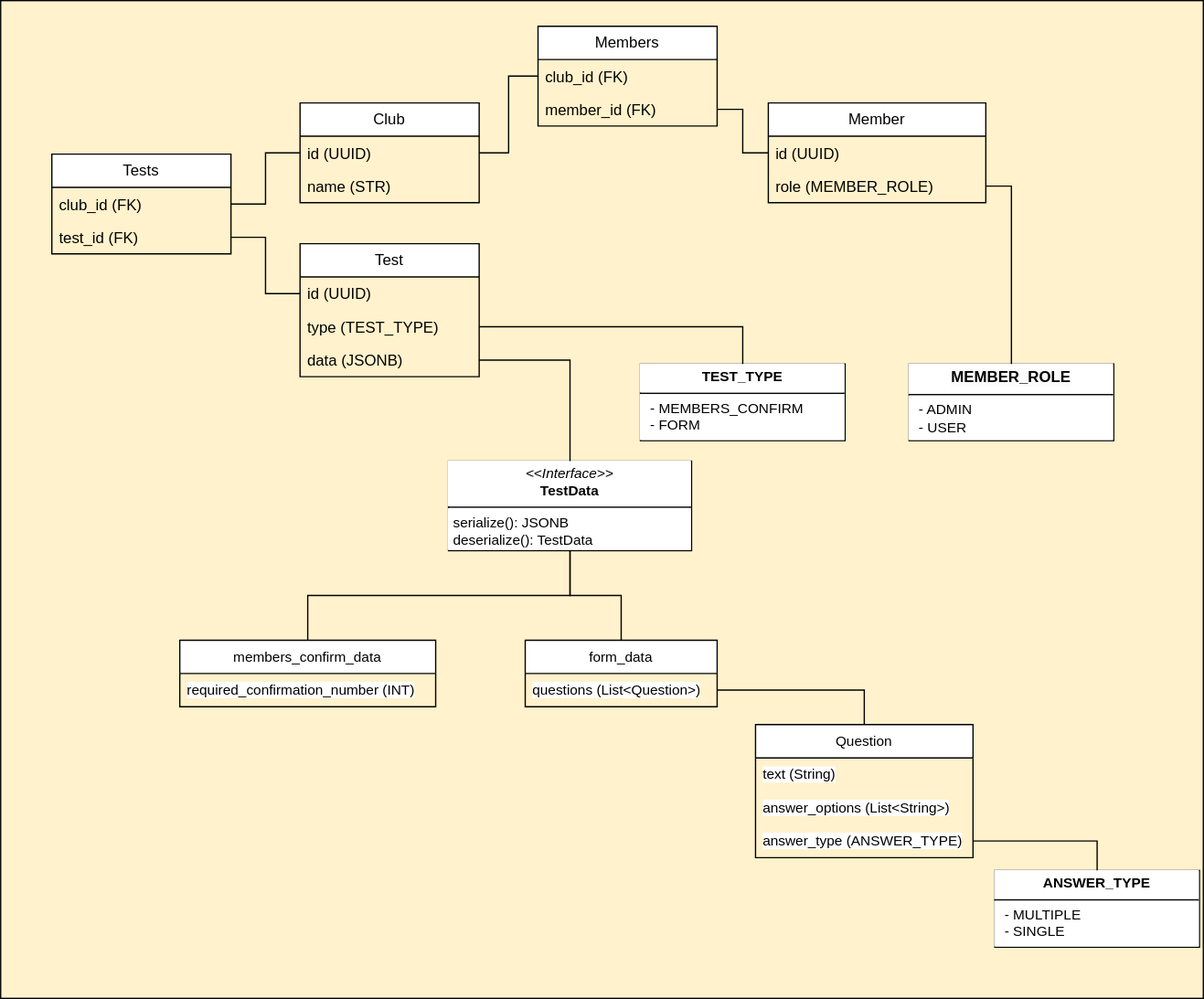
ru-random-walk/club-service keeps this draw.io diagram as doc/img/domain_model.drawio.svg. Above is the earlier version. Source tidied: cells renumbered, new cells last; positions are measured from the earlier drawing's top-left corner, leaving out a move shared by most shapes.
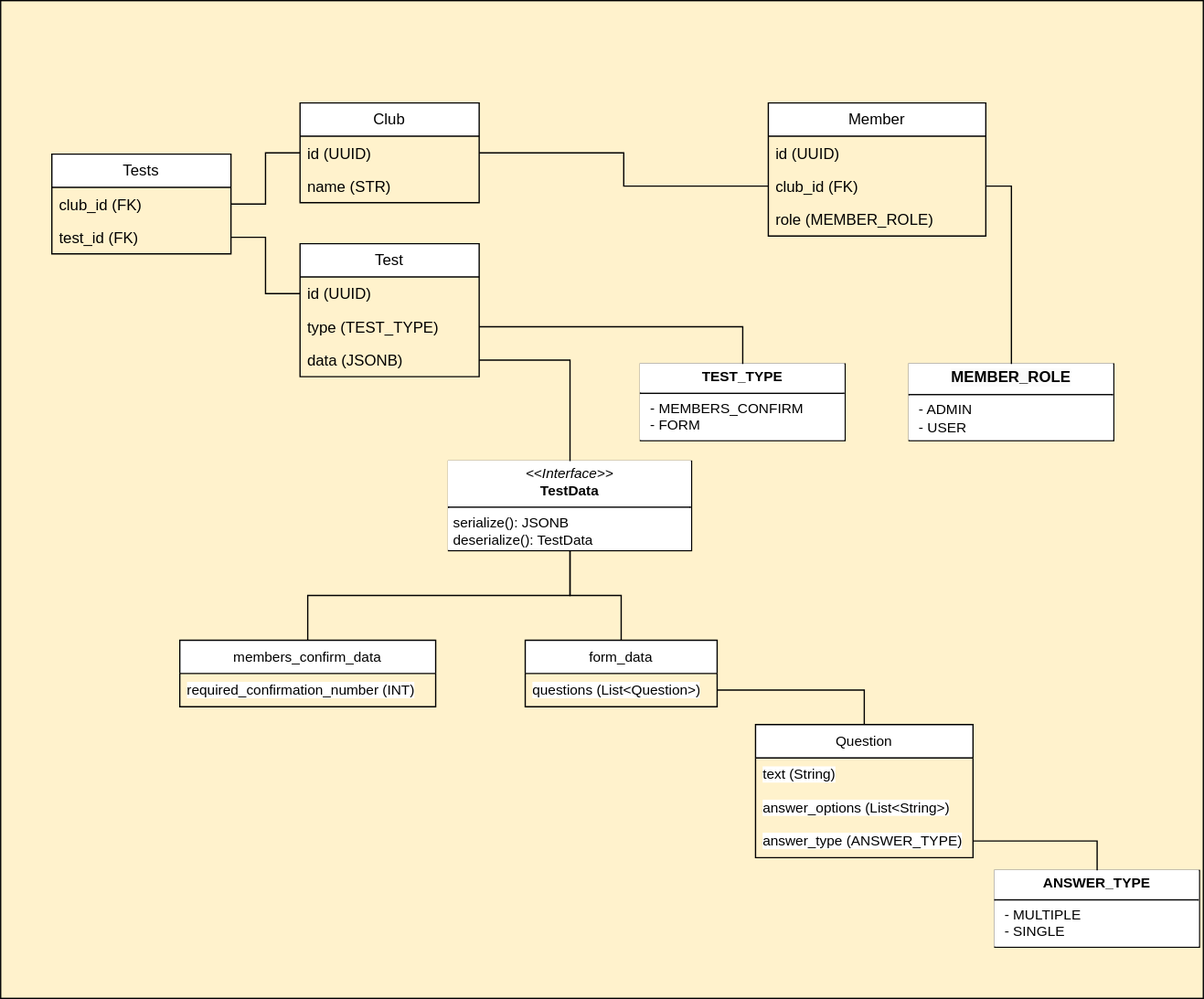
Later version of the same file.

Change to the diagram source:
```diff
@@ -98,29 +98,20 @@
     <mxCell id="33" style="edgeStyle=orthogonalEdgeStyle;shape=connector;rounded=0;jettySize=auto;html=1;exitX=1;exitY=0.5;exitDx=0;exitDy=0;strokeColor=default;align=center;verticalAlign=middle;fontFamily=Helvetica;fontSize=11;fontColor=default;labelBackgroundColor=default;endArrow=none;endFill=0;" parent="1" edge="1" source="13" target="23">
       <mxGeometry relative="1" as="geometry" />
     </mxCell>
-    <mxCell id="34" value="Members" style="swimlane;fontStyle=0;horizontal=1;startSize=26;fillColor=default;whiteSpace=wrap;html=1;" parent="1" vertex="1">
-      <mxGeometry x="420" y="20" width="140" height="78" as="geometry" />
-    </mxCell>
-    <mxCell id="35" value="club_id (FK)" style="text;strokeColor=none;fillColor=none;align=left;verticalAlign=top;spacingLeft=4;spacingRight=4;overflow=hidden;points=[[0,0.5],[1,0.5]];portConstraint=eastwest;whiteSpace=wrap;html=1;" parent="34" vertex="1">
-      <mxGeometry y="26" width="140" height="26" as="geometry" />
-    </mxCell>
-    <mxCell id="36" value="member_id (FK)" style="text;strokeColor=none;fillColor=none;align=left;verticalAlign=top;spacingLeft=4;spacingRight=4;overflow=hidden;points=[[0,0.5],[1,0.5]];portConstraint=eastwest;whiteSpace=wrap;html=1;" parent="34" vertex="1">
-      <mxGeometry y="52" width="140" height="26" as="geometry" />
-    </mxCell>
-    <mxCell id="37" style="edgeStyle=orthogonalEdgeStyle;rounded=0;jettySize=auto;html=1;exitX=0;exitY=0.5;exitDx=0;exitDy=0;entryX=1;entryY=0.5;entryDx=0;entryDy=0;endArrow=none;endFill=0;" parent="1" edge="1" source="35" target="5">
-      <mxGeometry relative="1" as="geometry" />
-    </mxCell>
-    <mxCell id="38" style="edgeStyle=orthogonalEdgeStyle;rounded=0;jettySize=auto;html=1;exitX=1;exitY=0.5;exitDx=0;exitDy=0;endArrow=none;endFill=0;" parent="1" edge="1" source="36" target="40">
+    <mxCell id="38" style="edgeStyle=orthogonalEdgeStyle;rounded=0;jettySize=auto;html=1;exitX=1;exitY=0.5;exitDx=0;exitDy=0;endArrow=none;endFill=0;entryX=0;entryY=0.5;entryDx=0;entryDy=0;" parent="1" edge="1" source="5" target="41">
       <mxGeometry relative="1" as="geometry" />
     </mxCell>
     <mxCell id="39" value="Member" style="swimlane;fontStyle=0;horizontal=1;startSize=26;fillColor=default;whiteSpace=wrap;html=1;" parent="1" vertex="1">
-      <mxGeometry x="600" y="80" width="170" height="78" as="geometry" />
+      <mxGeometry x="600" y="80" width="170" height="104" as="geometry" />
     </mxCell>
     <mxCell id="40" value="id (UUID)" style="text;strokeColor=none;fillColor=none;align=left;verticalAlign=top;spacingLeft=4;spacingRight=4;overflow=hidden;points=[[0,0.5],[1,0.5]];portConstraint=eastwest;whiteSpace=wrap;html=1;" parent="39" vertex="1">
       <mxGeometry y="26" width="170" height="26" as="geometry" />
     </mxCell>
-    <mxCell id="41" value="role (MEMBER_ROLE)" style="text;strokeColor=none;fillColor=none;align=left;verticalAlign=top;spacingLeft=4;spacingRight=4;overflow=hidden;points=[[0,0.5],[1,0.5]];portConstraint=eastwest;whiteSpace=wrap;html=1;" parent="39" vertex="1">
+    <mxCell id="41" value="club_id (FK)" style="text;strokeColor=none;fillColor=none;align=left;verticalAlign=top;spacingLeft=4;spacingRight=4;overflow=hidden;points=[[0,0.5],[1,0.5]];portConstraint=eastwest;whiteSpace=wrap;html=1;" parent="39" vertex="1">
       <mxGeometry y="52" width="170" height="26" as="geometry" />
     </mxCell>
+    <mxCell id="42" value="role (MEMBER_ROLE)" style="text;strokeColor=none;fillColor=none;align=left;verticalAlign=top;spacingLeft=4;spacingRight=4;overflow=hidden;whiteSpace=wrap;html=1;" parent="39" vertex="1">
+      <mxGeometry y="78" width="170" height="26" as="geometry" />
+    </mxCell>
   </root>
 </mxGraphModel>
```
